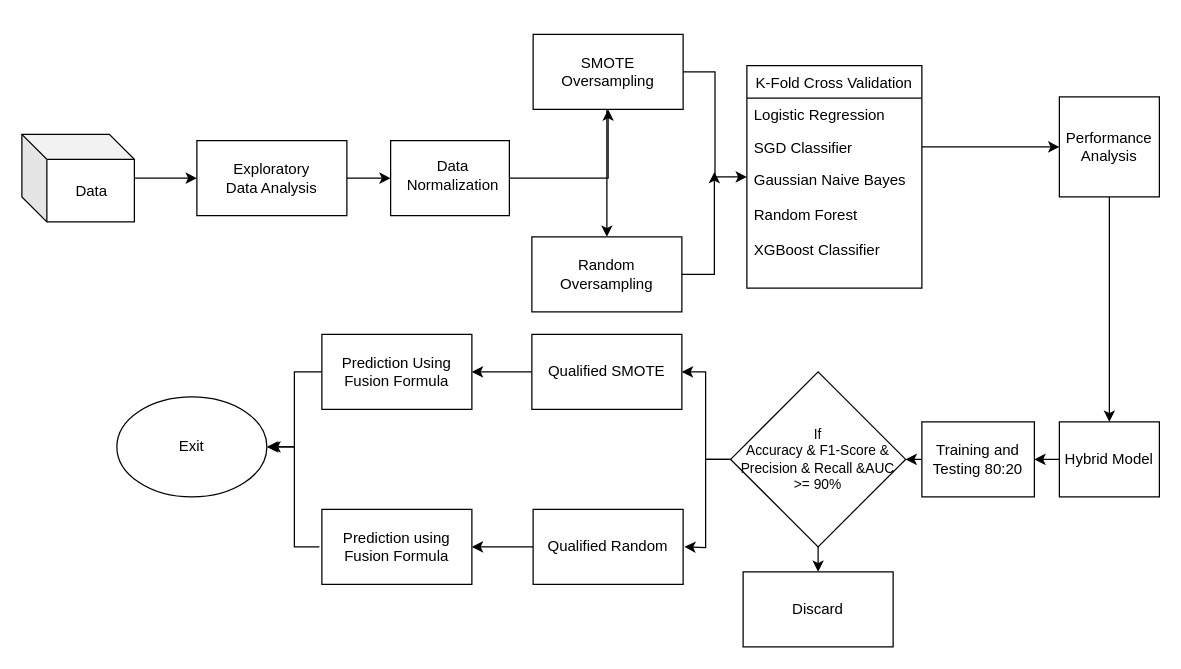
yasho191/Credit_Card_Fraud_Detection keeps this draw.io diagram as Flowchart Diagram.drawio. Above is the earlier version. Source tidied: cells renumbered, new cells numbered last; positions are measured from the earlier drawing's top-left corner, leaving out a move shared by most shapes. Both pictures are drawn from the tidied source at 125%, with x=0, y=0 at pixel (21, 34).
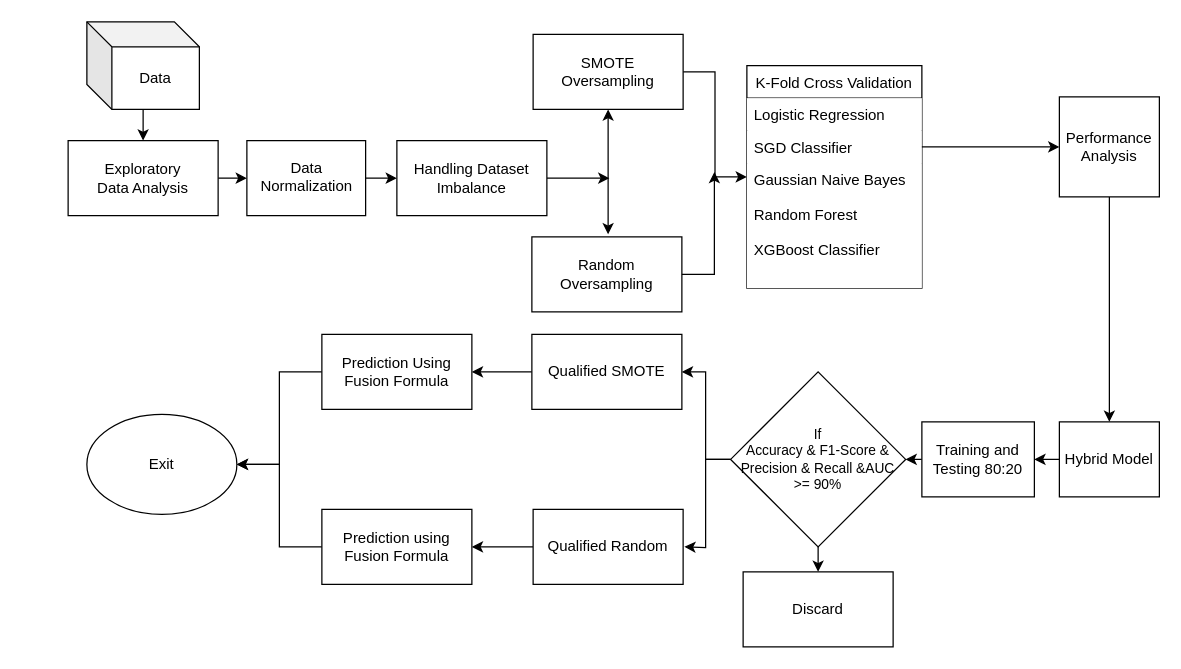
Above is the later version.

The change refers to these unchanged cells:
```xml
<mxCell id="13" value="SMOTE Oversampling" style="rounded=0;whiteSpace=wrap;html=1;fontFamily=Helvetica;" parent="1" vertex="1">
  <mxGeometry x="409" width="120" height="60" as="geometry" />
</mxCell>
<mxCell id="15" value="Random Oversampling" style="rounded=0;whiteSpace=wrap;html=1;fontFamily=Helvetica;" parent="1" vertex="1">
  <mxGeometry x="408" y="162" width="120" height="60" as="geometry" />
</mxCell>
<mxCell id="16" value="K-Fold Cross Validation" style="swimlane;fontStyle=0;horizontal=1;startSize=26;fontFamily=Helvetica;" parent="1" vertex="1">
  <mxGeometry x="580" y="25" width="140" height="178" as="geometry" />
</mxCell>
<mxCell id="39" value="Prediction using Fusion Formula" style="rounded=0;whiteSpace=wrap;html=1;fontFamily=Helvetica;" parent="1" vertex="1">
  <mxGeometry x="240" y="380" width="120" height="60" as="geometry" />
</mxCell>
```

Diff of the diagram source:
```diff
@@
-    <mxCell id="2" style="edgeStyle=orthogonalEdgeStyle;rounded=0;jettySize=auto;html=1;fontFamily=Helvetica;entryX=0;entryY=0.5;entryDx=0;entryDy=0;" parent="1" edge="1" source="3" target="6">
+    <mxCell id="2" style="edgeStyle=orthogonalEdgeStyle;rounded=0;jettySize=auto;html=1;entryX=0.5;entryY=0;entryDx=0;entryDy=0;" parent="1" edge="1" source="3" target="6">
       <mxGeometry relative="1" as="geometry" />
     </mxCell>
-    <mxCell id="3" style="shape=cube;whiteSpace=wrap;html=1;boundedLbl=1;backgroundOutline=1;darkOpacity=0.05;darkOpacity2=0.1;fontFamily=Helvetica;" parent="1" vertex="1">
-      <mxGeometry y="80" width="90" height="70" as="geometry" />
+    <mxCell id="3" value="Data" style="shape=cube;whiteSpace=wrap;html=1;boundedLbl=1;backgroundOutline=1;darkOpacity=0.05;darkOpacity2=0.1;fontFamily=Helvetica;" parent="1" vertex="1">
+      <mxGeometry x="52" y="-10" width="90" height="70" as="geometry" />
     </mxCell>
@@
     <mxCell id="6" style="rounded=0;whiteSpace=wrap;html=1;fontFamily=Helvetica;" parent="1" vertex="1">
-      <mxGeometry x="140" y="85" width="120" height="60" as="geometry" />
+      <mxGeometry x="37" y="85" width="120" height="60" as="geometry" />
     </mxCell>
     <mxCell id="7" value="Exploratory Data Analysis" style="text;html=1;strokeColor=none;fillColor=none;align=center;verticalAlign=middle;whiteSpace=wrap;rounded=0;fontFamily=Helvetica;" parent="1" vertex="1">
-      <mxGeometry x="160" y="100" width="80" height="30" as="geometry" />
+      <mxGeometry x="57" y="100" width="80" height="30" as="geometry" />
     </mxCell>
-    <mxCell id="8" style="edgeStyle=orthogonalEdgeStyle;rounded=0;jettySize=auto;html=1;fontFamily=Helvetica;entryX=0.5;entryY=1;entryDx=0;entryDy=0;" parent="1" edge="1" source="9" target="13">
-      <mxGeometry relative="1" as="geometry" />
-    </mxCell>
+    <mxCell id="41" style="edgeStyle=orthogonalEdgeStyle;rounded=0;jettySize=auto;html=1;exitX=1;exitY=0.5;exitDx=0;exitDy=0;entryX=0;entryY=0.5;entryDx=0;entryDy=0;" parent="1" edge="1" source="9" target="45">
+      <mxGeometry relative="1" as="geometry" />
+    </mxCell>
     <mxCell id="9" style="rounded=0;whiteSpace=wrap;html=1;fontFamily=Helvetica;" parent="1" vertex="1">
-      <mxGeometry x="295" y="85" width="95" height="60" as="geometry" />
+      <mxGeometry x="180" y="85" width="95" height="60" as="geometry" />
     </mxCell>
     <mxCell id="10" value="Data Normalization" style="text;html=1;strokeColor=none;fillColor=none;align=center;verticalAlign=middle;whiteSpace=wrap;rounded=0;fontFamily=Helvetica;" parent="1" vertex="1">
-      <mxGeometry x="325" y="103" width="40" height="20" as="geometry" />
+      <mxGeometry x="207.5" y="104" width="40" height="20" as="geometry" />
     </mxCell>
-    <mxCell id="11" style="edgeStyle=orthogonalEdgeStyle;rounded=0;jettySize=auto;html=1;exitX=0.5;exitY=1;exitDx=0;exitDy=0;entryX=0.5;entryY=0;entryDx=0;entryDy=0;fontFamily=Helvetica;" parent="1" edge="1" source="13" target="15">
-      <mxGeometry relative="1" as="geometry">
-        <Array as="points">
-          <mxPoint x="480" y="60" />
-          <mxPoint x="480" y="60" />
-        </Array>
-      </mxGeometry>
-    </mxCell>
@@
-    <mxCell id="17" value="Logistic Regression" style="text;align=left;verticalAlign=top;spacingLeft=4;spacingRight=4;overflow=hidden;" parent="16" vertex="1">
+    <mxCell id="17" value="Logistic Regression" style="text;align=left;verticalAlign=top;spacingLeft=4;spacingRight=4;overflow=hidden;fillColor=#ffffff;" parent="16" vertex="1">
       <mxGeometry y="26" width="140" height="26" as="geometry" />
     </mxCell>
-    <mxCell id="18" value="SGD Classifier" style="text;align=left;verticalAlign=top;spacingLeft=4;spacingRight=4;overflow=hidden;points=[[0,0.5],[1,0.5]];portConstraint=eastwest;" parent="16" vertex="1">
+    <mxCell id="18" value="SGD Classifier" style="text;align=left;verticalAlign=top;spacingLeft=4;spacingRight=4;overflow=hidden;points=[[0,0.5],[1,0.5]];portConstraint=eastwest;fillColor=#ffffff;" parent="16" vertex="1">
       <mxGeometry y="52" width="140" height="26" as="geometry" />
     </mxCell>
-    <mxCell id="19" value="Gaussian Naive Bayes&#10;&#10;Random Forest&#10;&#10;XGBoost Classifier&#10;" style="text;align=left;verticalAlign=top;spacingLeft=4;spacingRight=4;overflow=hidden;" parent="16" vertex="1">
+    <mxCell id="19" value="Gaussian Naive Bayes&#10;&#10;Random Forest&#10;&#10;XGBoost Classifier&#10;" style="text;align=left;verticalAlign=top;spacingLeft=4;spacingRight=4;overflow=hidden;fillColor=#ffffff;" parent="16" vertex="1">
       <mxGeometry y="78" width="140" height="100" as="geometry" />
     </mxCell>
@@
-    <mxCell id="38" style="edgeStyle=orthogonalEdgeStyle;rounded=0;orthogonalLoop=1;jettySize=auto;html=1;fontFamily=Helvetica;" parent="1" edge="1">
-      <mxGeometry relative="1" as="geometry">
-        <mxPoint x="238" y="410" as="sourcePoint" />
-        <mxPoint x="198" y="330" as="targetPoint" />
-        <Array as="points">
-          <mxPoint x="218" y="410" />
-          <mxPoint x="218" y="330" />
-        </Array>
-      </mxGeometry>
-    </mxCell>
+    <mxCell id="42" style="edgeStyle=orthogonalEdgeStyle;rounded=0;jettySize=auto;html=1;" parent="1" edge="1" source="39" target="40">
+      <mxGeometry relative="1" as="geometry" />
+    </mxCell>
@@
     <mxCell id="40" value="Exit" style="ellipse;whiteSpace=wrap;html=1;fontFamily=Helvetica;" parent="1" vertex="1">
-      <mxGeometry x="76" y="290" width="120" height="80" as="geometry" />
+      <mxGeometry x="52" y="304" width="120" height="80" as="geometry" />
     </mxCell>
+    <mxCell id="43" style="endArrow=classic;startArrow=classic;html=1;entryX=0.5;entryY=1;entryDx=0;entryDy=0;" parent="1" edge="1" target="13">
+      <mxGeometry relative="1" as="geometry">
+        <mxPoint x="469" y="160" as="sourcePoint" />
+      </mxGeometry>
+    </mxCell>
+    <mxCell id="44" style="edgeStyle=orthogonalEdgeStyle;rounded=0;jettySize=auto;html=1;exitX=1;exitY=0.5;exitDx=0;exitDy=0;" parent="1" edge="1" source="45">
+      <mxGeometry relative="1" as="geometry">
+        <mxPoint x="470" y="115" as="targetPoint" />
+      </mxGeometry>
+    </mxCell>
+    <mxCell id="45" value="Handling Dataset Imbalance" style="rounded=0;whiteSpace=wrap;html=1;fillColor=#ffffff;" parent="1" vertex="1">
+      <mxGeometry x="300" y="85" width="120" height="60" as="geometry" />
+    </mxCell>
```
